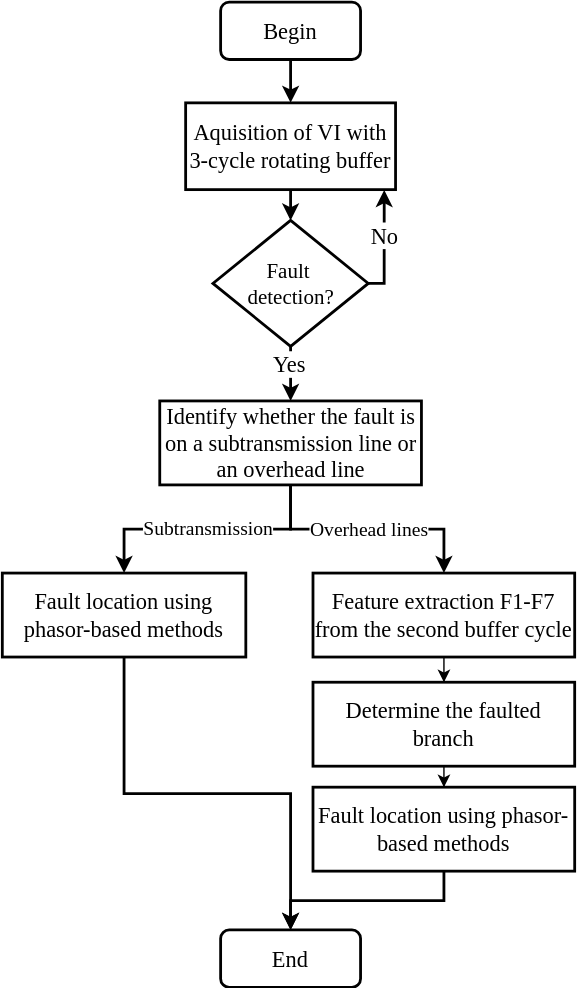
Above: Diagrama sem nome.drawio.svg in CaioVCGrilo/fluxogramas (draw.io), before the change. Source tidied: cells renumbered, new cells last; positions are measured from the earlier drawing's top-left corner, leaving out a move shared by most shapes.
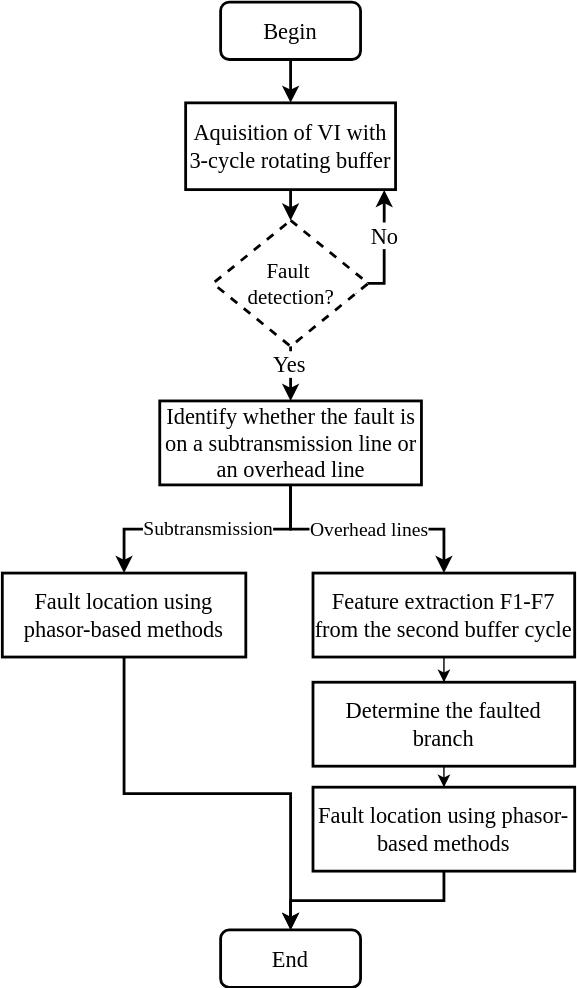
After the change.

Diff of the diagram source:
```diff
@@ -34,7 +34,7 @@
     <mxCell id="9" value="&lt;font style=&quot;font-size: 16px;&quot; face=&quot;Times New Roman&quot;&gt;No&lt;/font&gt;" style="edgeLabel;html=1;align=center;verticalAlign=middle;" parent="8" vertex="1">
       <mxGeometry x="0.31" y="1" relative="1" as="geometry" />
     </mxCell>
-    <mxCell id="10" value="&lt;font face=&quot;Times New Roman&quot; style=&quot;font-size: 15px;&quot;&gt;Fault&amp;nbsp;&lt;/font&gt;&lt;div style=&quot;font-size: 15px;&quot;&gt;&lt;font face=&quot;Times New Roman&quot; style=&quot;font-size: 15px;&quot;&gt;detection&lt;/font&gt;&lt;font face=&quot;Times New Roman&quot; style=&quot;font-size: 15px;&quot;&gt;?&lt;/font&gt;&lt;/div&gt;" style="rhombus;whiteSpace=wrap;html=1;strokeWidth=2;" parent="1" vertex="1">
+    <mxCell id="10" value="&lt;font face=&quot;Times New Roman&quot; style=&quot;font-size: 15px;&quot;&gt;Fault&amp;nbsp;&lt;/font&gt;&lt;div style=&quot;font-size: 15px;&quot;&gt;&lt;font face=&quot;Times New Roman&quot; style=&quot;font-size: 15px;&quot;&gt;detection&lt;/font&gt;&lt;font face=&quot;Times New Roman&quot; style=&quot;font-size: 15px;&quot;&gt;?&lt;/font&gt;&lt;/div&gt;" style="rhombus;whiteSpace=wrap;html=1;strokeWidth=2;dashed=1;" parent="1" vertex="1">
       <mxGeometry x="150.5" y="156" width="111" height="90" as="geometry" />
     </mxCell>
     <mxCell id="11" style="edgeStyle=orthogonalEdgeStyle;rounded=0;jettySize=auto;html=1;strokeWidth=2;" parent="1" edge="1" source="15" target="17">
```
